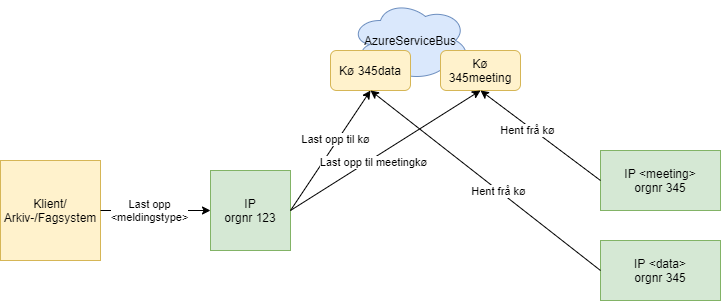
Before: images/einnsyn/moetekoe.png, a diagram exported from draw.io (felleslosninger/docs). Source tidied: cells renumbered, new cells last; positions are measured from the earlier drawing's top-left corner, leaving out a move shared by most shapes.
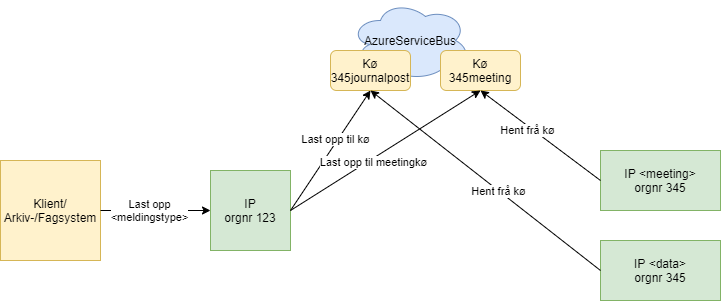
After the commit.

Commit message:
Oppdatert møtekøskisse

Diff of the diagram source:
```diff
@@ -11,7 +11,7 @@
     <mxCell id="4" value="AzureServiceBus" style="ellipse;shape=cloud;whiteSpace=wrap;html=1;fillColor=#dae8fc;strokeColor=#6c8ebf;" parent="1" vertex="1">
       <mxGeometry x="350" width="120" height="80" as="geometry" />
     </mxCell>
-    <mxCell id="5" value="Kø 345data" style="rounded=1;whiteSpace=wrap;html=1;fillColor=#fff2cc;strokeColor=#d6b656;" parent="1" vertex="1">
+    <mxCell id="5" value="Kø 345journalpost" style="rounded=1;whiteSpace=wrap;html=1;fillColor=#fff2cc;strokeColor=#d6b656;" parent="1" vertex="1">
       <mxGeometry x="330" y="50" width="80" height="40" as="geometry" />
     </mxCell>
     <mxCell id="6" value="Kø 345meeting" style="rounded=1;whiteSpace=wrap;html=1;fillColor=#fff2cc;strokeColor=#d6b656;" parent="1" vertex="1">
```
